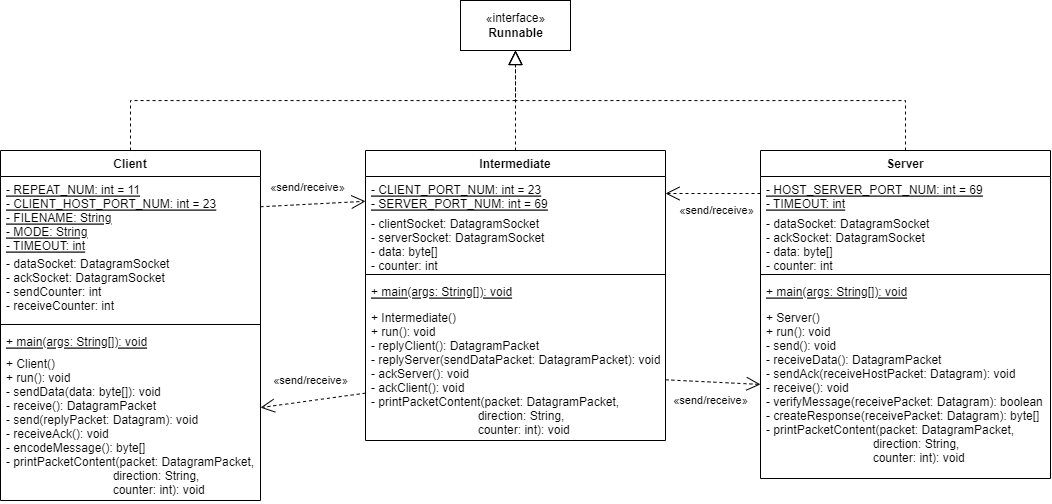
trong0dn/Client-Intermediate-Server keeps this draw.io diagram as A3-class-UML.png. Above is the earlier version. Source tidied: cells renumbered, new cells last; positions are measured from the earlier drawing's top-left corner, leaving out a move shared by most shapes.
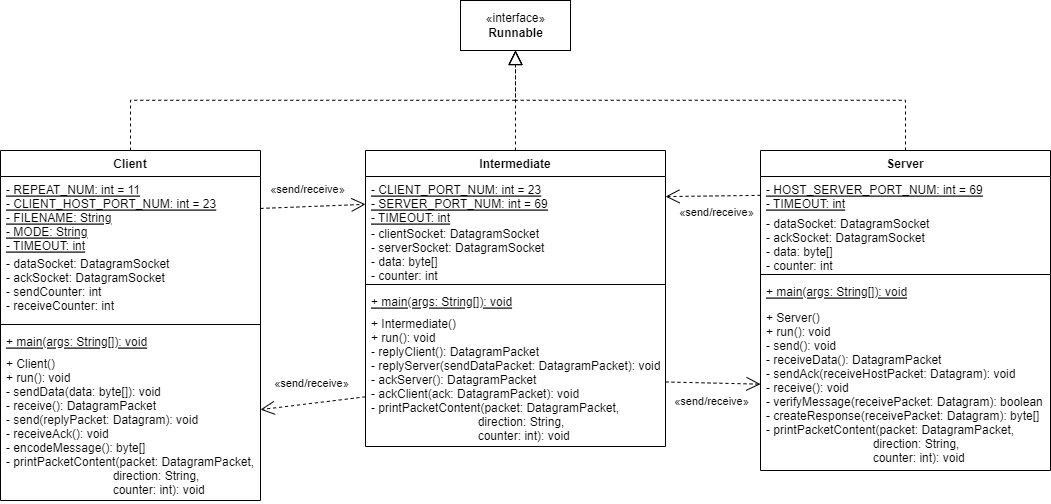
Later version of the same file.

Commit message:
Javadocs and UML update

What changed in the source:
```diff
@@ -21,25 +21,25 @@
       <mxGeometry y="200" width="260" height="150" as="geometry" />
     </mxCell>
     <mxCell id="8" value="Intermediate" style="swimlane;fontStyle=1;align=center;verticalAlign=top;horizontal=1;startSize=26;" parent="1" vertex="1">
-      <mxGeometry x="365" y="150" width="300" height="290" as="geometry" />
+      <mxGeometry x="365" y="150" width="300" height="296" as="geometry" />
     </mxCell>
-    <mxCell id="9" value="- CLIENT_PORT_NUM: int = 23&#10;- SERVER_PORT_NUM: int = 69&#10;" style="text;strokeColor=none;fillColor=none;align=left;verticalAlign=top;spacingLeft=4;spacingRight=4;overflow=hidden;points=[[0,0.5],[1,0.5]];portConstraint=eastwest;fontStyle=4;" parent="8" vertex="1">
-      <mxGeometry y="26" width="300" height="34" as="geometry" />
+    <mxCell id="9" value="- CLIENT_PORT_NUM: int = 23&#10;- SERVER_PORT_NUM: int = 69&#10;- TIMEOUT: int&#10;" style="text;strokeColor=none;fillColor=none;align=left;verticalAlign=top;spacingLeft=4;spacingRight=4;overflow=hidden;points=[[0,0.5],[1,0.5]];portConstraint=eastwest;fontStyle=4;" parent="8" vertex="1">
+      <mxGeometry y="26" width="300" height="44" as="geometry" />
     </mxCell>
     <mxCell id="10" value="- clientSocket: DatagramSocket&#10;- serverSocket: DatagramSocket&#10;- data: byte[]&#10;- counter: int" style="text;strokeColor=none;fillColor=none;align=left;verticalAlign=top;spacingLeft=4;spacingRight=4;overflow=hidden;fontStyle=0;" parent="8" vertex="1">
-      <mxGeometry y="60" width="300" height="60" as="geometry" />
+      <mxGeometry y="70" width="300" height="60" as="geometry" />
     </mxCell>
     <mxCell id="11" style="line;strokeWidth=1;fillColor=none;align=left;verticalAlign=middle;spacingTop=-1;spacingLeft=3;spacingRight=3;labelPosition=right;strokeColor=inherit;" parent="8" vertex="1">
-      <mxGeometry y="120" width="300" height="8" as="geometry" />
+      <mxGeometry y="130" width="300" height="8" as="geometry" />
     </mxCell>
     <mxCell id="12" value="+ main(args: String[]): void" style="text;strokeColor=none;fillColor=none;align=left;verticalAlign=top;spacingLeft=4;spacingRight=4;overflow=hidden;fontStyle=4;" parent="8" vertex="1">
-      <mxGeometry y="128" width="300" height="26" as="geometry" />
+      <mxGeometry y="138" width="300" height="22" as="geometry" />
     </mxCell>
-    <mxCell id="13" value="+ Intermediate()&#10;+ run(): void&#10;- replyClient(): DatagramPacket&#10;- replyServer(sendDataPacket: DatagramPacket): void&#10;- ackServer(): void&#10;- ackClient(): void&#10;- printPacketContent(packet: DatagramPacket, &#10;                                direction: String, &#10;                                counter: int): void" style="text;strokeColor=none;fillColor=none;align=left;verticalAlign=top;spacingLeft=4;spacingRight=4;overflow=hidden;points=[[0,0.5],[1,0.5]];portConstraint=eastwest;" parent="8" vertex="1">
-      <mxGeometry y="154" width="300" height="136" as="geometry" />
+    <mxCell id="13" value="+ Intermediate()&#10;+ run(): void&#10;- replyClient(): DatagramPacket&#10;- replyServer(sendDataPacket: DatagramPacket): void&#10;- ackServer(): DatagramPacket&#10;- ackClient(ack: DatagramPacket): void&#10;- printPacketContent(packet: DatagramPacket, &#10;                                direction: String, &#10;                                counter: int): void" style="text;strokeColor=none;fillColor=none;align=left;verticalAlign=top;spacingLeft=4;spacingRight=4;overflow=hidden;points=[[0,0.5],[1,0.5]];portConstraint=eastwest;" parent="8" vertex="1">
+      <mxGeometry y="160" width="300" height="136" as="geometry" />
     </mxCell>
     <mxCell id="14" value="Server" style="swimlane;fontStyle=1;align=center;verticalAlign=top;horizontal=1;startSize=26;" parent="1" vertex="1">
-      <mxGeometry x="760" y="150" width="290" height="328" as="geometry" />
+      <mxGeometry x="760" y="150" width="290" height="320" as="geometry" />
     </mxCell>
     <mxCell id="15" value="- HOST_SERVER_PORT_NUM: int = 69&#10;- TIMEOUT: int" style="text;strokeColor=none;fillColor=none;align=left;verticalAlign=top;spacingLeft=4;spacingRight=4;overflow=hidden;points=[[0,0.5],[1,0.5]];portConstraint=eastwest;fontStyle=4;" parent="14" vertex="1">
       <mxGeometry y="26" width="290" height="34" as="geometry" />
@@ -54,7 +54,7 @@
       <mxGeometry y="128" width="290" height="26" as="geometry" />
     </mxCell>
     <mxCell id="19" value="+ Server()&#10;+ run(): void&#10;- send(): void&#10;- receiveData(): DatagramPacket&#10;- sendAck(receiveHostPacket: Datagram): void&#10;- receive(): void&#10;- verifyMessage(receivePacket: Datagram): boolean&#10;- createResponse(receivePacket: Datagram): byte[]&#10;- printPacketContent(packet: DatagramPacket, &#10;                                direction: String, &#10;                                counter: int): void" style="text;strokeColor=none;fillColor=none;align=left;verticalAlign=top;spacingLeft=4;spacingRight=4;overflow=hidden;points=[[0,0.5],[1,0.5]];portConstraint=eastwest;" parent="14" vertex="1">
-      <mxGeometry y="154" width="290" height="174" as="geometry" />
+      <mxGeometry y="154" width="290" height="166" as="geometry" />
     </mxCell>
     <mxCell id="20" value="«send/receive»" style="endArrow=open;endSize=12;dashed=1;html=1;rounded=0;" parent="1" edge="1" source="3" target="9">
       <mxGeometry x="-0.09" y="17" relative="1" as="geometry" />
```
